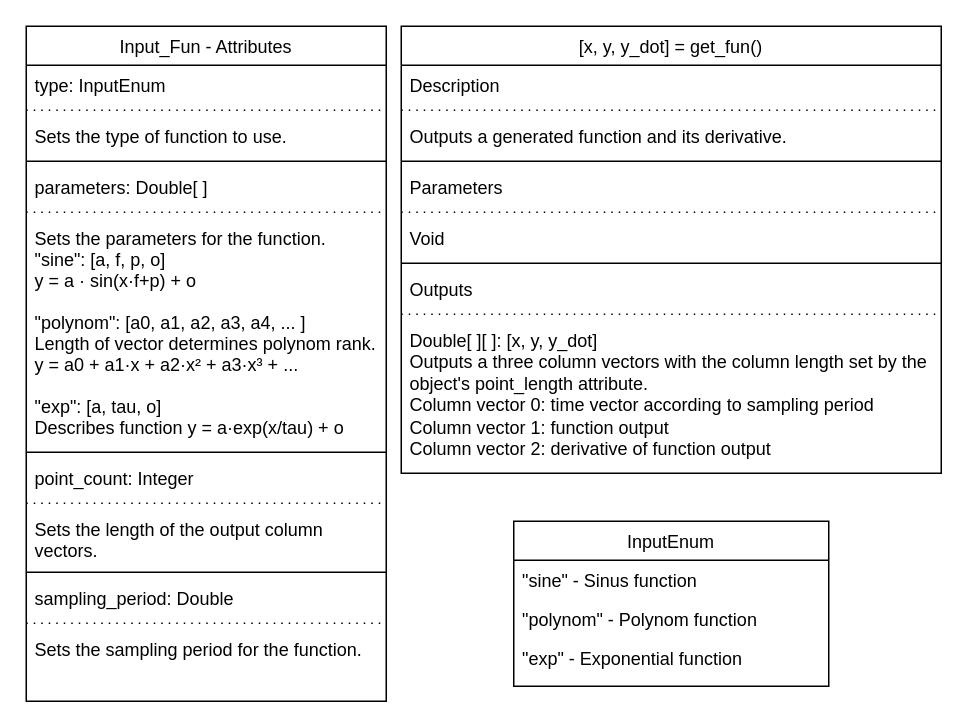
TGSP1997/OS-RST keeps this draw.io diagram as page "Input_Fun" (2 of 6) of overview.drawio. Above is the earlier version. Source tidied: cells renumbered, new cells numbered last; positions are measured from the earlier drawing's top-left corner, leaving out a move shared by most shapes. Both pictures are drawn from the tidied source at 150%, with x=0, y=0 at pixel (26, 26).
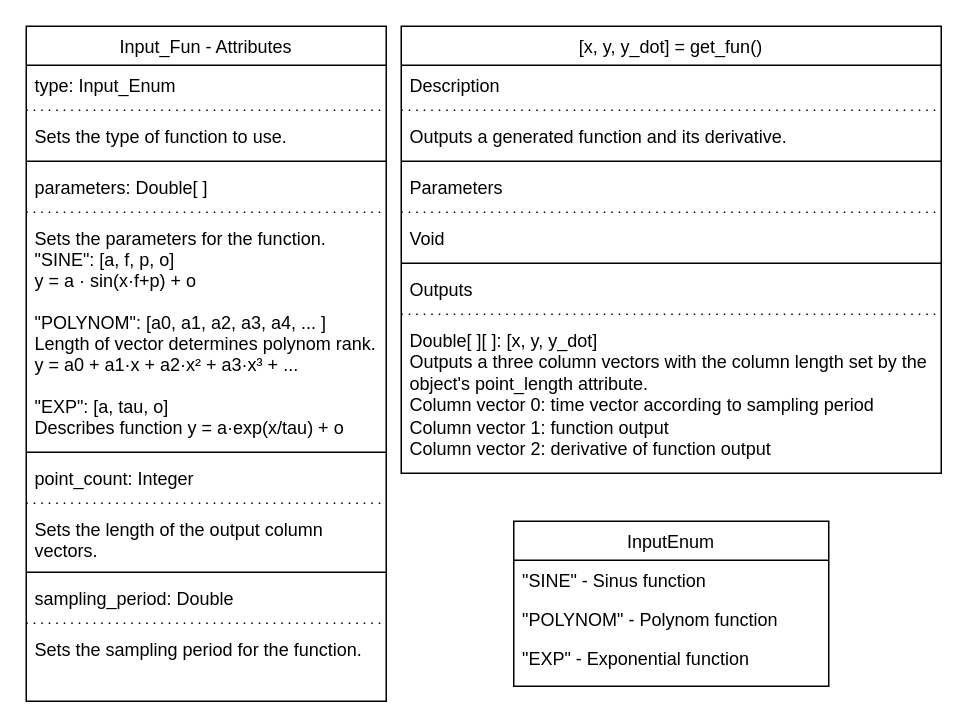
After the change.

Unchanged cells that the change refers to:
```xml
<mxCell id="2" value="InputEnum" style="swimlane;fontStyle=0;align=center;verticalAlign=top;horizontal=1;startSize=26;rounded=0;shadow=0;strokeWidth=1;" parent="1" vertex="1">
  <mxGeometry x="325" y="330" width="210" height="110" as="geometry" />
</mxCell>
<mxCell id="18" value="Input_Fun - Attributes" style="swimlane;fontStyle=0;align=center;verticalAlign=top;horizontal=1;startSize=26;rounded=0;shadow=0;strokeWidth=1;" parent="1" vertex="1">
  <mxGeometry width="240" height="450" as="geometry" />
</mxCell>
```

Change to the diagram source:
```diff
@@
-    <mxCell id="3" value="&quot;sine&quot; - Sinus function" style="text;align=left;verticalAlign=top;spacingLeft=4;spacingRight=4;overflow=hidden;" parent="2" vertex="1">
+    <mxCell id="3" value="&quot;SINE&quot; - Sinus function" style="text;align=left;verticalAlign=top;spacingLeft=4;spacingRight=4;overflow=hidden;" parent="2" vertex="1">
       <mxGeometry y="26" width="210" height="26" as="geometry" />
     </mxCell>
-    <mxCell id="4" value="&quot;polynom&quot; - Polynom function" style="text;align=left;verticalAlign=top;spacingLeft=4;spacingRight=4;overflow=hidden;" parent="2" vertex="1">
+    <mxCell id="4" value="&quot;POLYNOM&quot; - Polynom function" style="text;align=left;verticalAlign=top;spacingLeft=4;spacingRight=4;overflow=hidden;" parent="2" vertex="1">
       <mxGeometry y="52" width="210" height="26" as="geometry" />
     </mxCell>
-    <mxCell id="5" value="&quot;exp&quot; - Exponential function" style="text;align=left;verticalAlign=top;spacingLeft=4;spacingRight=4;overflow=hidden;" parent="2" vertex="1">
+    <mxCell id="5" value="&quot;EXP&quot; - Exponential function" style="text;align=left;verticalAlign=top;spacingLeft=4;spacingRight=4;overflow=hidden;" parent="2" vertex="1">
       <mxGeometry y="78" width="210" height="26" as="geometry" />
     </mxCell>
@@
-    <mxCell id="19" value="type: InputEnum" style="text;align=left;verticalAlign=top;spacingLeft=4;spacingRight=4;overflow=hidden;" parent="18" vertex="1">
+    <mxCell id="19" value="type: Input_Enum" style="text;align=left;verticalAlign=top;spacingLeft=4;spacingRight=4;overflow=hidden;" parent="18" vertex="1">
       <mxGeometry y="26" width="240" height="26" as="geometry" />
     </mxCell>
@@
-    <mxCell id="25" value="Sets the parameters for the function.&#10;&quot;sine&quot;: [a, f, p, o]&#10;y = a · sin(x·f+p) + o&#10;&#10;&quot;polynom&quot;: [a0, a1, a2, a3, a4, ... ]&#10;Length of vector determines polynom rank.&#10;y = a0 + a1·x + a2·x² + a3·x³ + ...&#10;&#10;&quot;exp&quot;: [a, tau, o]&#10;Describes function y = a·exp(x/tau) + o&#10;" style="text;align=left;verticalAlign=top;spacingLeft=4;spacingRight=4;overflow=hidden;" parent="18" vertex="1">
+    <mxCell id="25" value="Sets the parameters for the function.&#10;&quot;SINE&quot;: [a, f, p, o]&#10;y = a · sin(x·f+p) + o&#10;&#10;&quot;POLYNOM&quot;: [a0, a1, a2, a3, a4, ... ]&#10;Length of vector determines polynom rank.&#10;y = a0 + a1·x + a2·x² + a3·x³ + ...&#10;&#10;&quot;EXP&quot;: [a, tau, o]&#10;Describes function y = a·exp(x/tau) + o&#10;" style="text;align=left;verticalAlign=top;spacingLeft=4;spacingRight=4;overflow=hidden;" parent="18" vertex="1">
       <mxGeometry y="128" width="240" height="152" as="geometry" />
     </mxCell>
```
